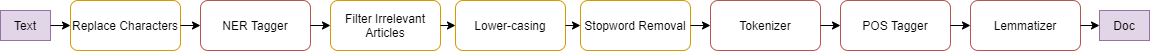
Earlier version of the draw.io export figures/PreprocessingPipeline.png (yakuhzi/news-analysis). Source tidied: cells renumbered, new cells last; positions are measured from the earlier drawing's top-left corner, leaving out a move shared by most shapes.
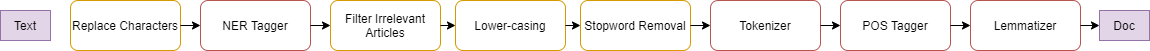
The same file after the commit.

What changed in the source:
```diff
@@ -56,8 +56,5 @@
     <mxCell id="19" style="endArrow=classic;html=1;exitX=1;exitY=0.5;exitDx=0;exitDy=0;" parent="1" edge="1" source="4" target="7">
       <mxGeometry relative="1" as="geometry" />
     </mxCell>
-    <mxCell id="20" style="endArrow=classic;html=1;exitX=1;exitY=0.5;exitDx=0;exitDy=0;" parent="1" edge="1" source="2" target="4">
-      <mxGeometry relative="1" as="geometry" />
-    </mxCell>
   </root>
 </mxGraphModel>
```
